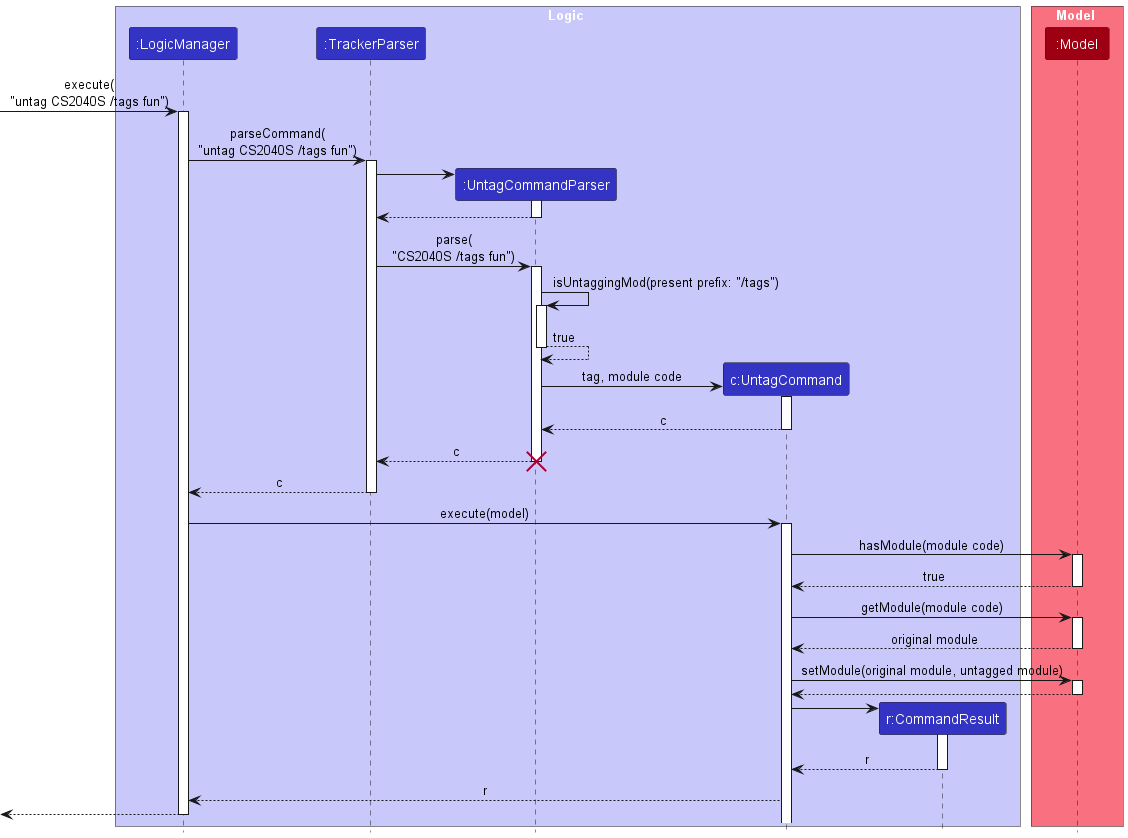
Above: docs/images/UntagSequenceDiagram.png in nus-cs2103-AY2223S2/tp (PlantUML), before the change.
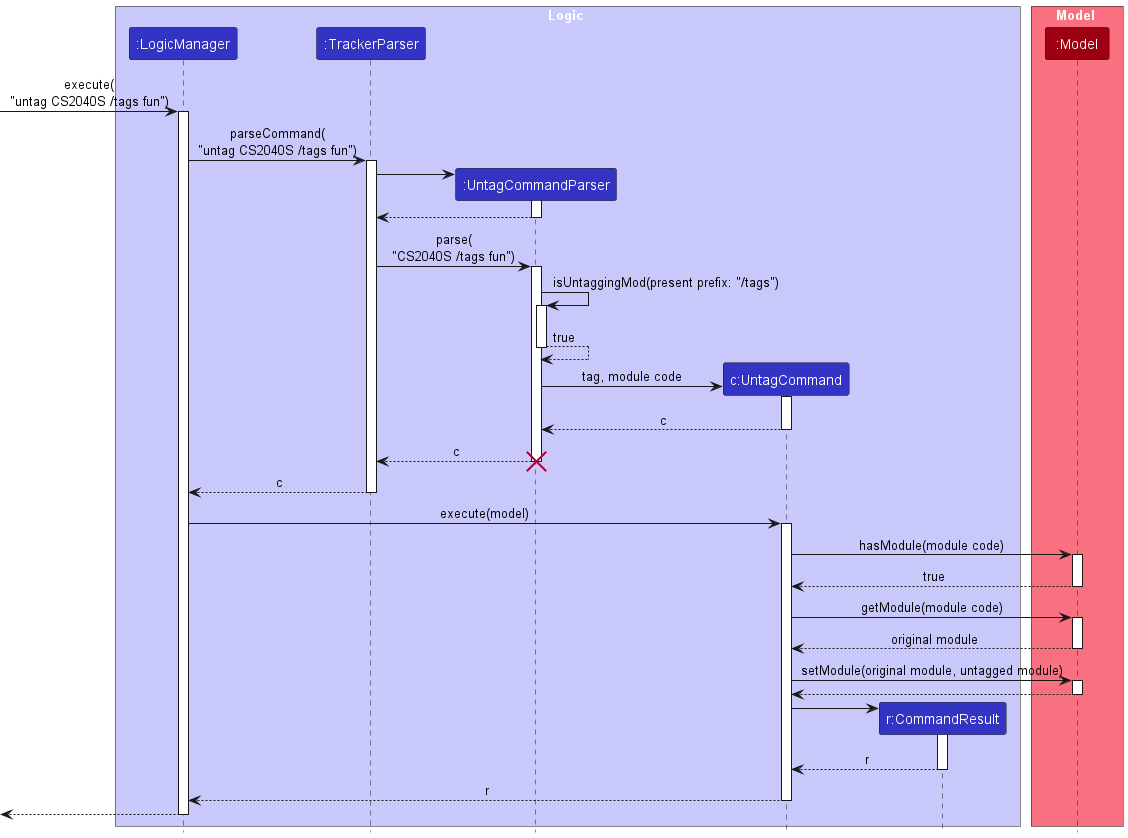
The same diagram one commit later.

Commit message:
Update Export sequence diagram in DG

Change to the diagram source:
```diff
@@ -77,7 +77,7 @@
 deactivate CommandResult
 
 UntagCommand --> LogicManager : r
-deactivate CommandResult
+deactivate UntagCommand
 
 LogicManager -->[
 deactivate LogicManager
```
